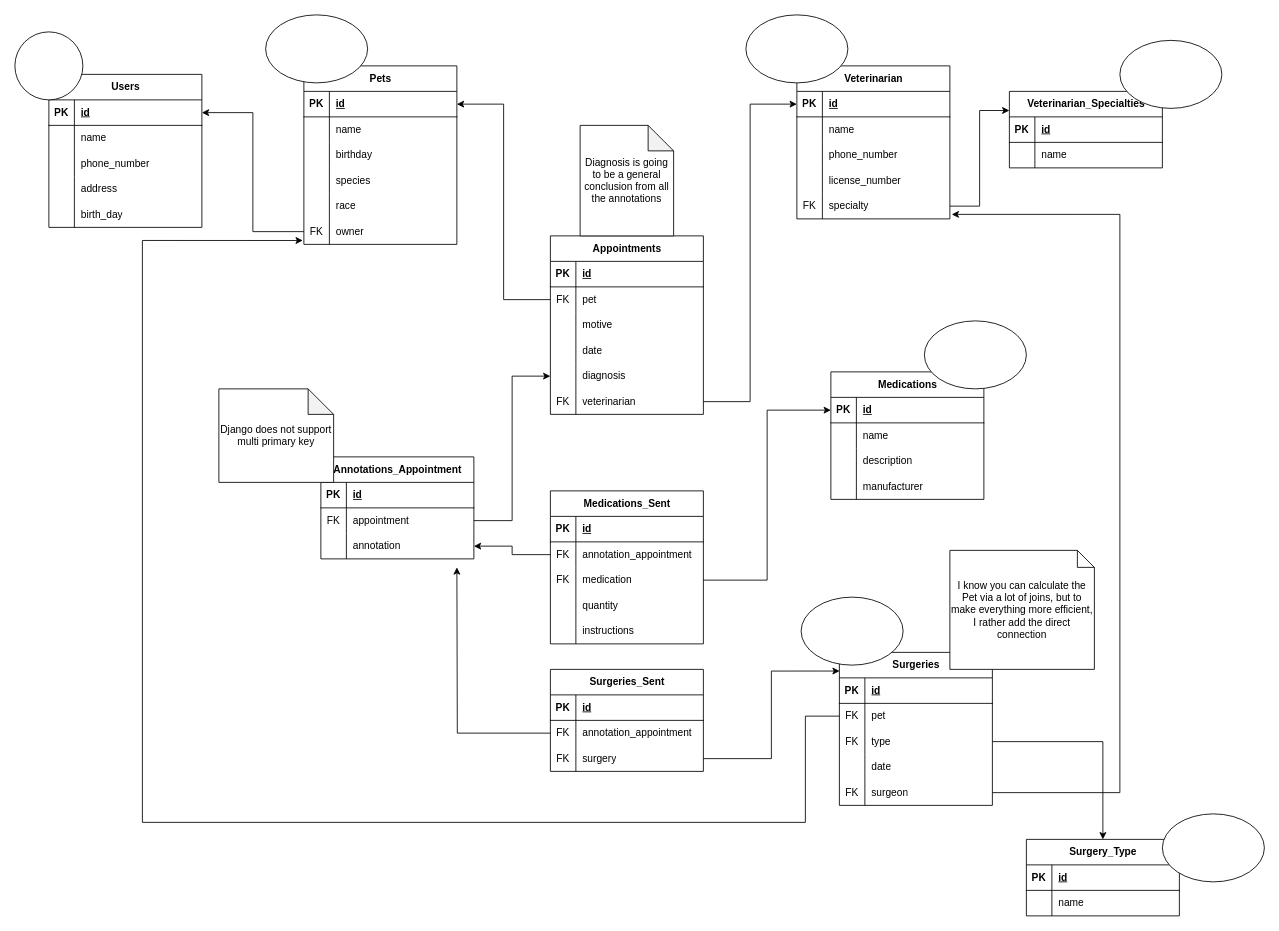
Earlier version of the draw.io diagram DB_diagram.drawio (Laughcheeta1/VeterinaryPythonPracticalCourse). Source tidied: cells renumbered, new cells numbered last; positions are measured from the earlier drawing's top-left corner, leaving out a move shared by most shapes. Both pictures are drawn from the tidied source at 85%, with x=0, y=0 at pixel (14, 14).
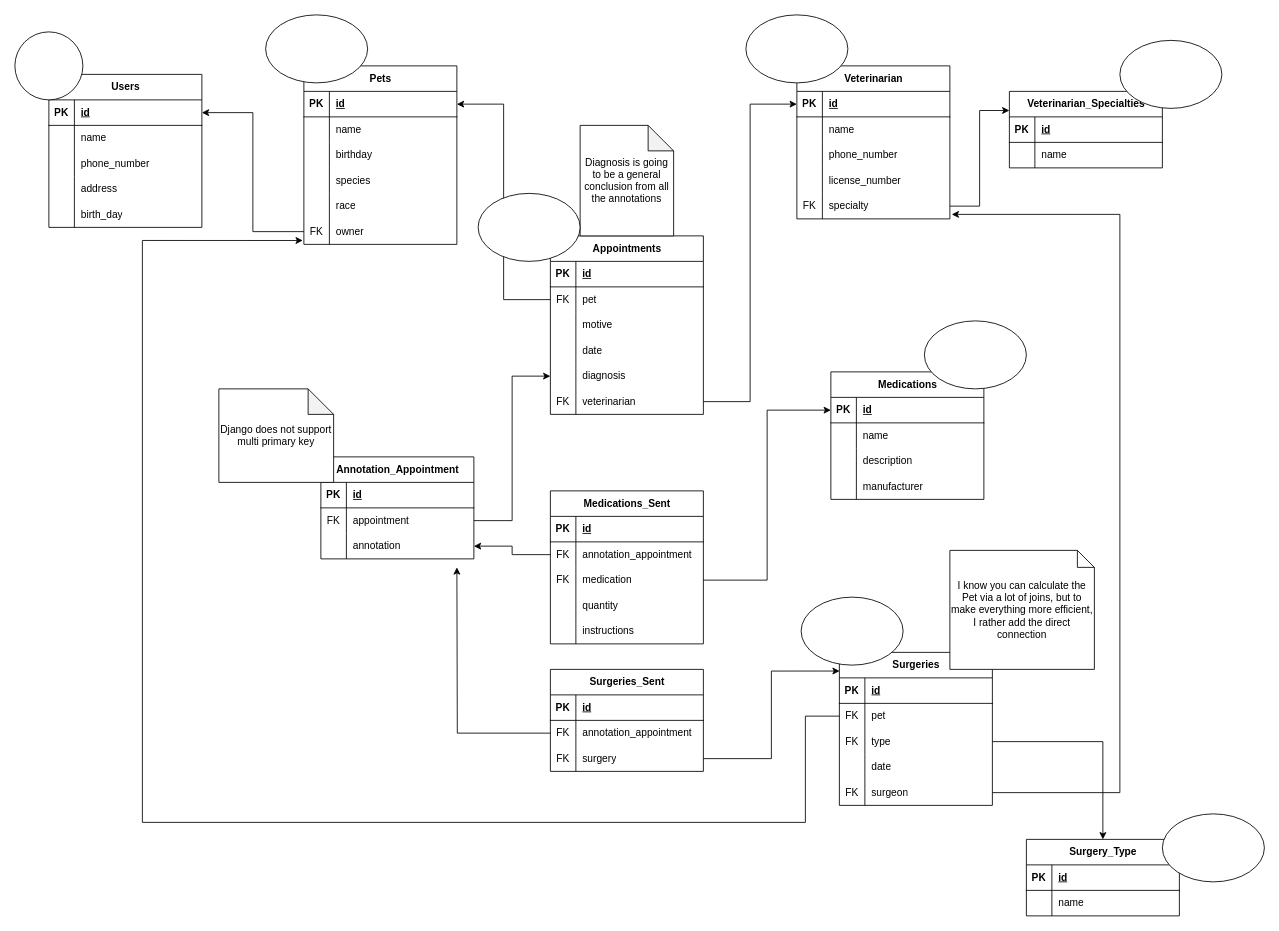
After the change.

Commit message (it also covers changes not shown here):
Created the Annotation_Appointment class

What changed in the source:
```diff
@@
-    <mxCell id="85" value="Annotations_Appointment" style="shape=table;startSize=30;childLayout=tableLayout;rowLines=0;fontStyle=1;align=center;html=1;" parent="1" vertex="1">
+    <mxCell id="85" value="Annotation_Appointment" style="shape=table;startSize=30;childLayout=tableLayout;rowLines=0;fontStyle=1;align=center;html=1;" parent="1" vertex="1">
       <mxGeometry x="360" y="520" width="180" height="120" as="geometry" />
     </mxCell>
@@
+    <mxCell id="173" style="ellipse;whiteSpace=wrap;html=1;" parent="1" vertex="1">
+      <mxGeometry x="545" y="210" width="120" height="80" as="geometry" />
+    </mxCell>
```
